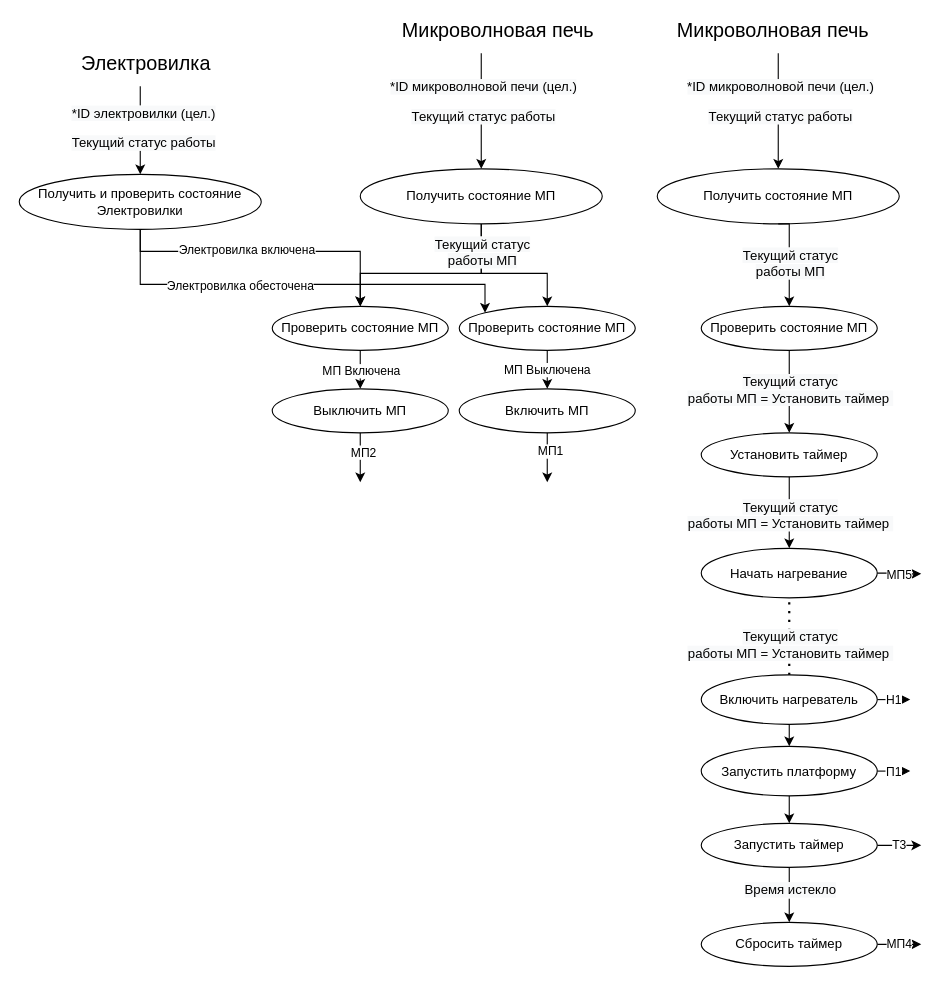
Earlier version of the draw.io diagram page "ДПДД_1" (3 of 6) of eduSem_4/objectOrientedProgramming/LR_5/AndreevAA_LR5_UML.drawio (AndreevAA/BMSTU). Source tidied: cells renumbered, new cells numbered last; positions are measured from the earlier drawing's top-left corner, leaving out a move shared by most shapes. Both pictures are drawn from the tidied source at 110%, with x=0, y=0 at pixel (19, 20).
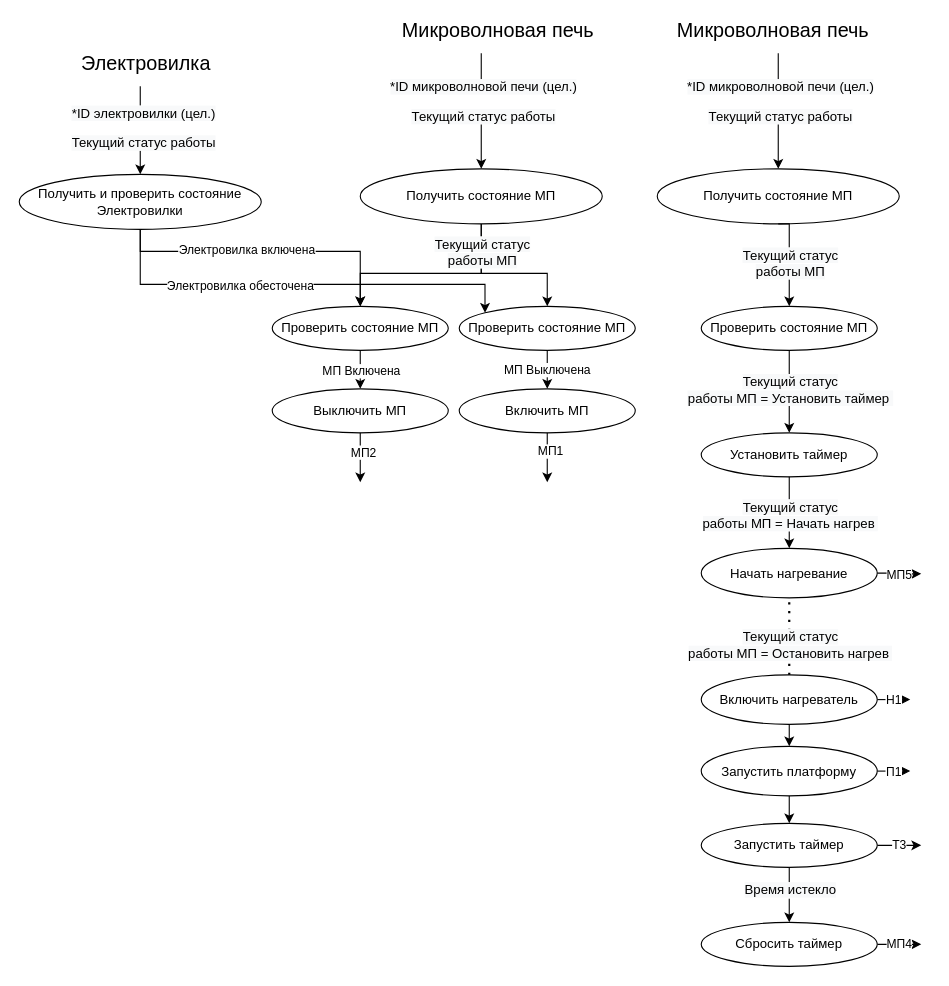
After the change.

Unchanged cells that the change refers to:
```xml
<mxCell id="38" style="edgeStyle=orthogonalEdgeStyle;rounded=0;jettySize=auto;html=1;entryX=0.5;entryY=0;entryDx=0;entryDy=0;exitX=0.5;exitY=1;exitDx=0;exitDy=0;" parent="1" edge="1" source="37" target="41">
  <mxGeometry relative="1" as="geometry" />
</mxCell>
<mxCell id="45" style="endArrow=none;dashed=1;html=1;dashPattern=1 3;strokeWidth=2;entryX=0.5;entryY=1;entryDx=0;entryDy=0;exitX=0.5;exitY=0;exitDx=0;exitDy=0;" parent="1" edge="1" source="44" target="41">
  <mxGeometry relative="1" as="geometry" />
</mxCell>
```

Change to the diagram source:
```diff
@@
-    <mxCell id="39" value="&lt;span style=&quot;font-size: 12px ; background-color: rgb(248 , 249 , 250) ; text-align: left&quot;&gt;Текущий статус&lt;/span&gt;&lt;br style=&quot;font-size: 12px ; background-color: rgb(248 , 249 , 250) ; text-align: left&quot;&gt;&lt;span style=&quot;font-size: 12px ; background-color: rgb(248 , 249 , 250) ; text-align: left&quot;&gt;работы МП = Установить таймер&amp;nbsp;&lt;/span&gt;" style="edgeLabel;html=1;align=center;verticalAlign=middle;" parent="38" vertex="1">
+    <mxCell id="39" value="&lt;span style=&quot;font-size: 12px ; background-color: rgb(248 , 249 , 250) ; text-align: left&quot;&gt;Текущий статус&lt;/span&gt;&lt;br style=&quot;font-size: 12px ; background-color: rgb(248 , 249 , 250) ; text-align: left&quot;&gt;&lt;span style=&quot;font-size: 12px ; background-color: rgb(248 , 249 , 250) ; text-align: left&quot;&gt;работы МП = Начать нагрев&amp;nbsp;&lt;/span&gt;" style="edgeLabel;html=1;align=center;verticalAlign=middle;" parent="38" vertex="1">
       <mxGeometry x="-0.84" y="2" relative="1" as="geometry">
         <mxPoint x="-2" y="29" as="offset" />
       </mxGeometry>
     </mxCell>
@@
-    <mxCell id="46" value="&lt;span style=&quot;font-size: 12px ; background-color: rgb(248 , 249 , 250) ; text-align: left&quot;&gt;Текущий статус&lt;/span&gt;&lt;br style=&quot;font-size: 12px ; background-color: rgb(248 , 249 , 250) ; text-align: left&quot;&gt;&lt;span style=&quot;font-size: 12px ; background-color: rgb(248 , 249 , 250) ; text-align: left&quot;&gt;работы МП = Установить таймер&amp;nbsp;&lt;/span&gt;" style="edgeLabel;html=1;align=center;verticalAlign=middle;" parent="45" vertex="1">
+    <mxCell id="46" value="&lt;span style=&quot;font-size: 12px ; background-color: rgb(248 , 249 , 250) ; text-align: left&quot;&gt;Текущий статус&lt;/span&gt;&lt;br style=&quot;font-size: 12px ; background-color: rgb(248 , 249 , 250) ; text-align: left&quot;&gt;&lt;span style=&quot;font-size: 12px ; background-color: rgb(248 , 249 , 250) ; text-align: left&quot;&gt;работы МП = Остановить нагрев&amp;nbsp;&lt;/span&gt;" style="edgeLabel;html=1;align=center;verticalAlign=middle;" parent="45" vertex="1">
       <mxGeometry x="-0.2" relative="1" as="geometry" />
     </mxCell>
```
